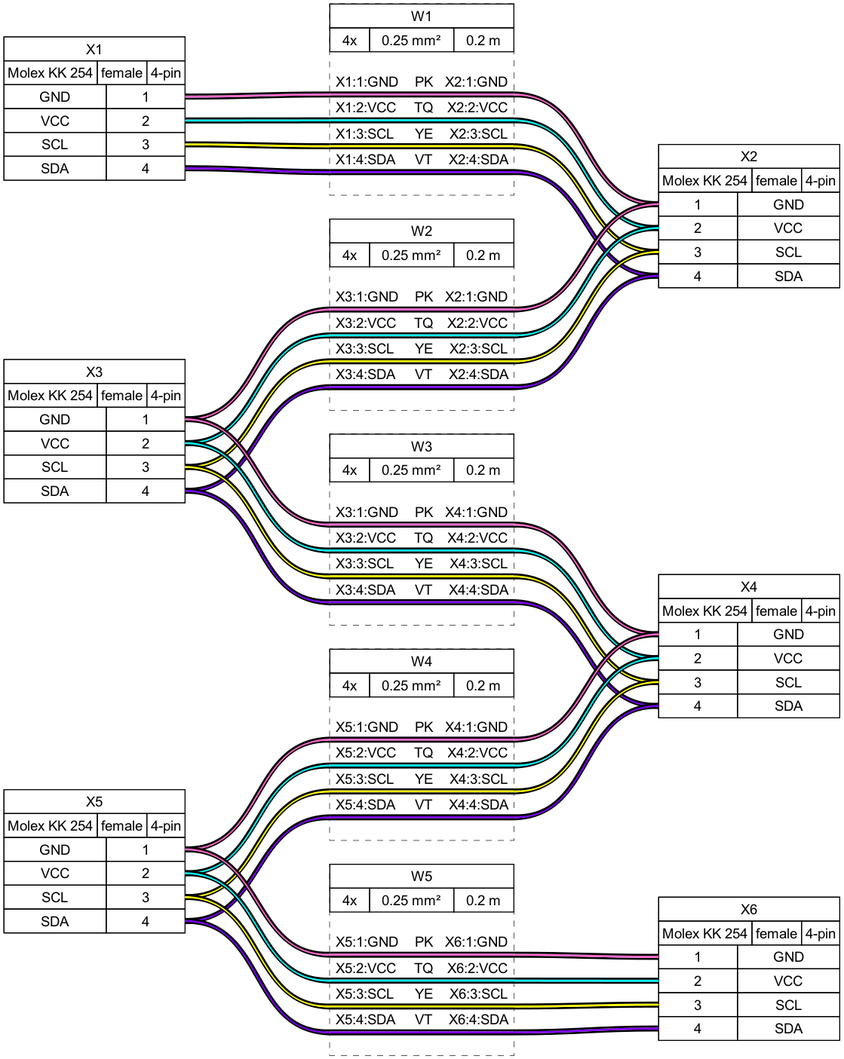
The Graphviz diagram examples/ex06.png in tobiasfalk/WireViz, before a commit. Its source is kept beside it as examples/ex06.gv.
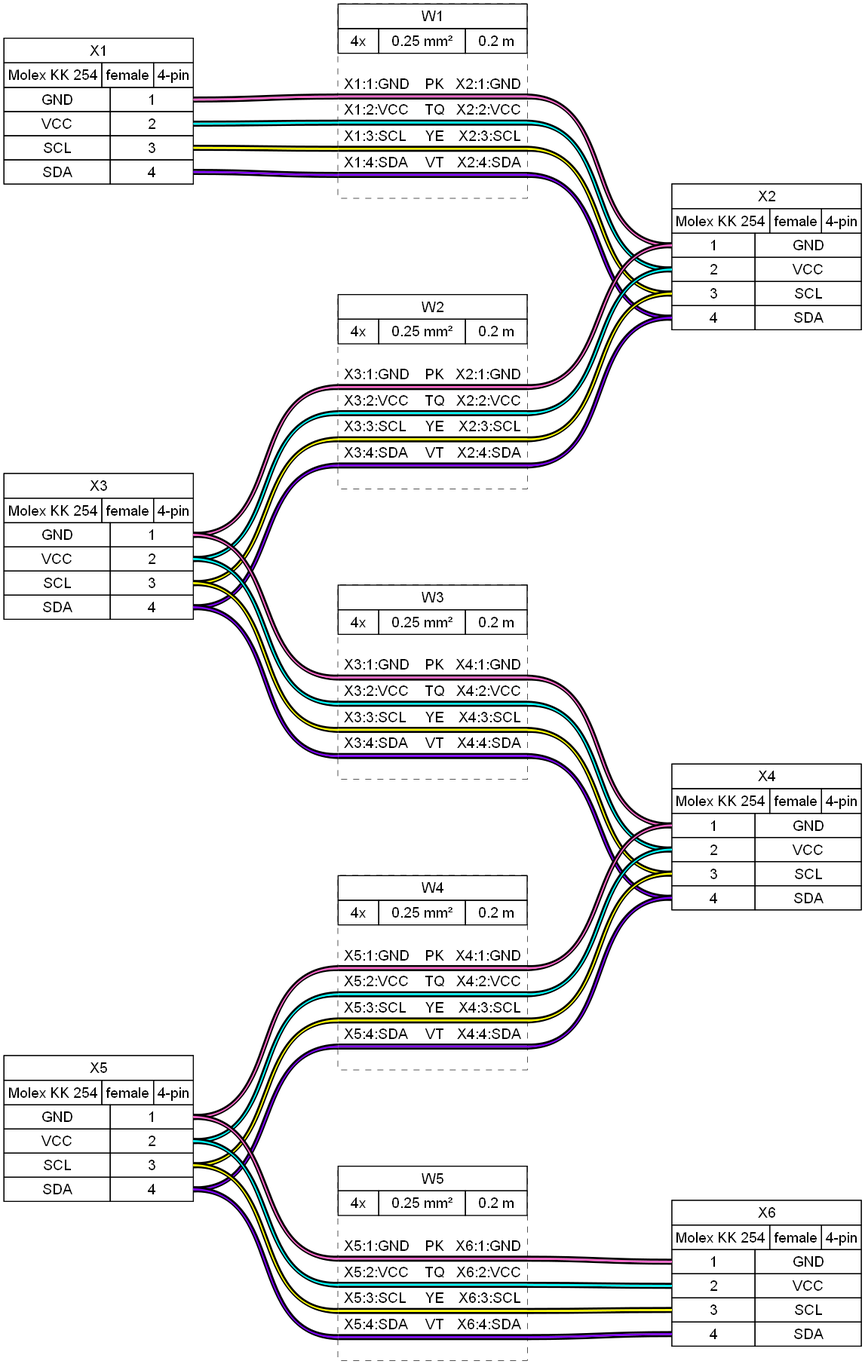
After the change.

Diff of the diagram source:
```diff
@@ -315,19 +315,7 @@
      <td align="right">X2:1:GND </td>
     </tr>
     <tr>
-     <td border="0" cellspacing="0" cellpadding="0" colspan="6" height="6" port="w1">
-      <table border="0" cellborder="0" cellspacing="0">
-       <tr>
-        <td bgcolor="#000000" border="0" cellpadding="0" colspan="6" height="2"></td>
-       </tr>
-       <tr>
-        <td bgcolor="#FF66CC" border="0" cellpadding="0" colspan="6" height="2"></td>
-       </tr>
-       <tr>
-        <td bgcolor="#000000" border="0" cellpadding="0" colspan="6" height="2"></td>
-       </tr>
-      </table>
-     </td>
+     <td border="0" cellspacing="0" cellpadding="0" colspan="6" height="6" port="w1"></td>
     </tr>
     <tr>
      <td align="left"> X1:2:VCC</td>
@@ -338,19 +326,7 @@
      <td align="right">X2:2:VCC </td>
     </tr>
     <tr>
-     <td border="0" cellspacing="0" cellpadding="0" colspan="6" height="6" port="w2">
-      <table border="0" cellborder="0" cellspacing="0">
-       <tr>
-        <td bgcolor="#000000" border="0" cellpadding="0" colspan="6" height="2"></td>
-       </tr>
-       <tr>
-        <td bgcolor="#00FFFF" border="0" cellpadding="0" colspan="6" height="2"></td>
-       </tr>
-       <tr>
-        <td bgcolor="#000000" border="0" cellpadding="0" colspan="6" height="2"></td>
-       </tr>
-      </table>
-     </td>
+     <td border="0" cellspacing="0" cellpadding="0" colspan="6" height="6" port="w2"></td>
     </tr>
     <tr>
      <td align="left"> X1:3:SCL</td>
@@ -361,19 +337,7 @@
      <td align="right">X2:3:SCL </td>
     </tr>
     <tr>
-     <td border="0" cellspacing="0" cellpadding="0" colspan="6" height="6" port="w3">
-      <table border="0" cellborder="0" cellspacing="0">
-       <tr>
-        <td bgcolor="#000000" border="0" cellpadding="0" colspan="6" height="2"></td>
-       </tr>
-       <tr>
-        <td bgcolor="#FFFF00" border="0" cellpadding="0" colspan="6" height="2"></td>
-       </tr>
-       <tr>
-        <td bgcolor="#000000" border="0" cellpadding="0" colspan="6" height="2"></td>
-       </tr>
-      </table>
-     </td>
+     <td border="0" cellspacing="0" cellpadding="0" colspan="6" height="6" port="w3"></td>
     </tr>
     <tr>
      <td align="left"> X1:4:SDA</td>
@@ -384,19 +348,7 @@
      <td align="right">X2:4:SDA </td>
     </tr>
     <tr>
-     <td border="0" cellspacing="0" cellpadding="0" colspan="6" height="6" port="w4">
-      <table border="0" cellborder="0" cellspacing="0">
-       <tr>
-        <td bgcolor="#000000" border="0" cellpadding="0" colspan="6" height="2"></td>
-       </tr>
-       <tr>
-        <td bgcolor="#8000FF" border="0" cellpadding="0" colspan="6" height="2"></td>
-       </tr>
-       <tr>
-        <td bgcolor="#000000" border="0" cellpadding="0" colspan="6" height="2"></td>
-       </tr>
-      </table>
-     </td>
+     <td border="0" cellspacing="0" cellpadding="0" colspan="6" height="6" port="w4"></td>
     </tr>
     <tr>
      <td>&nbsp;</td>
@@ -418,6 +370,10 @@
 	edge [color="#000000:#8000FF:#000000"]
 	X1:p4r:e -- W1:w4:w
 	W1:w4:e -- X2:p4l:w
+	W1:w1:e -- W1:w1:w [color="#000000:#FF66CC:#000000" straight=straight]
+	W1:w2:e -- W1:w2:w [color="#000000:#00FFFF:#000000" straight=straight]
+	W1:w3:e -- W1:w3:w [color="#000000:#FFFF00:#000000" straight=straight]
+	W1:w4:e -- W1:w4:w [color="#000000:#8000FF:#000000" straight=straight]
 	W2 [label=<
 <table border="0" cellspacing="0" cellpadding="0" bgcolor="#FFFFFF">
  <tr>
@@ -455,19 +411,7 @@
      <td align="right">X2:1:GND </td>
     </tr>
     <tr>
-     <td border="0" cellspacing="0" cellpadding="0" colspan="6" height="6" port="w1">
-      <table border="0" cellborder="0" cellspacing="0">
-       <tr>
-        <td bgcolor="#000000" border="0" cellpadding="0" colspan="6" height="2"></td>
-       </tr>
-       <tr>
-        <td bgcolor="#FF66CC" border="0" cellpadding="0" colspan="6" height="2"></td>
-       </tr>
-       <tr>
-        <td bgcolor="#000000" border="0" cellpadding="0" colspan="6" height="2"></td>
-       </tr>
-      </table>
-     </td>
+     <td border="0" cellspacing="0" cellpadding="0" colspan="6" height="6" port="w1"></td>
     </tr>
     <tr>
      <td align="left"> X3:2:VCC</td>
@@ -478,19 +422,7 @@
      <td align="right">X2:2:VCC </td>
     </tr>
     <tr>
-     <td border="0" cellspacing="0" cellpadding="0" colspan="6" height="6" port="w2">
-      <table border="0" cellborder="0" cellspacing="0">
-       <tr>
-        <td bgcolor="#000000" border="0" cellpadding="0" colspan="6" height="2"></td>
-       </tr>
-       <tr>
-        <td bgcolor="#00FFFF" border="0" cellpadding="0" colspan="6" height="2"></td>
-       </tr>
-       <tr>
-        <td bgcolor="#000000" border="0" cellpadding="0" colspan="6" height="2"></td>
-       </tr>
-      </table>
-     </td>
+     <td border="0" cellspacing="0" cellpadding="0" colspan="6" height="6" port="w2"></td>
     </tr>
     <tr>
      <td align="left"> X3:3:SCL</td>
@@ -501,19 +433,7 @@
      <td align="right">X2:3:SCL </td>
     </tr>
     <tr>
-     <td border="0" cellspacing="0" cellpadding="0" colspan="6" height="6" port="w3">
-      <table border="0" cellborder="0" cellspacing="0">
-       <tr>
-        <td bgcolor="#000000" border="0" cellpadding="0" colspan="6" height="2"></td>
-       </tr>
-       <tr>
-        <td bgcolor="#FFFF00" border="0" cellpadding="0" colspan="6" height="2"></td>
-       </tr>
-       <tr>
-        <td bgcolor="#000000" border="0" cellpadding="0" colspan="6" height="2"></td>
-       </tr>
-      </table>
-     </td>
+     <td border="0" cellspacing="0" cellpadding="0" colspan="6" height="6" port="w3"></td>
     </tr>
     <tr>
      <td align="left"> X3:4:SDA</td>
@@ -524,19 +444,7 @@
      <td align="right">X2:4:SDA </td>
     </tr>
     <tr>
-     <td border="0" cellspacing="0" cellpadding="0" colspan="6" height="6" port="w4">
-      <table border="0" cellborder="0" cellspacing="0">
-       <tr>
-        <td bgcolor="#000000" border="0" cellpadding="0" colspan="6" height="2"></td>
-       </tr>
-       <tr>
-        <td bgcolor="#8000FF" border="0" cellpadding="0" colspan="6" height="2"></td>
-       </tr>
-       <tr>
-        <td bgcolor="#000000" border="0" cellpadding="0" colspan="6" height="2"></td>
-       </tr>
-      </table>
-     </td>
+     <td border="0" cellspacing="0" cellpadding="0" colspan="6" height="6" port="w4"></td>
     </tr>
     <tr>
      <td>&nbsp;</td>
@@ -558,6 +466,10 @@
 	edge [color="#000000:#8000FF:#000000"]
 	X3:p4r:e -- W2:w4:w
 	W2:w4:e -- X2:p4l:w
+	W2:w1:e -- W2:w1:w [color="#000000:#FF66CC:#000000" straight=straight]
+	W2:w2:e -- W2:w2:w [color="#000000:#00FFFF:#000000" straight=straight]
+	W2:w3:e -- W2:w3:w [color="#000000:#FFFF00:#000000" straight=straight]
+	W2:w4:e -- W2:w4:w [color="#000000:#8000FF:#000000" straight=straight]
 	W3 [label=<
 <table border="0" cellspacing="0" cellpadding="0" bgcolor="#FFFFFF">
  <tr>
@@ -595,19 +507,7 @@
      <td align="right">X4:1:GND </td>
     </tr>
     <tr>
-     <td border="0" cellspacing="0" cellpadding="0" colspan="6" height="6" port="w1">
-      <table border="0" cellborder="0" cellspacing="0">
-       <tr>
-        <td bgcolor="#000000" border="0" cellpadding="0" colspan="6" height="2"></td>
-       </tr>
-       <tr>
-        <td bgcolor="#FF66CC" border="0" cellpadding="0" colspan="6" height="2"></td>
-       </tr>
-       <tr>
-        <td bgcolor="#000000" border="0" cellpadding="0" colspan="6" height="2"></td>
-       </tr>
-      </table>
-     </td>
+     <td border="0" cellspacing="0" cellpadding="0" colspan="6" height="6" port="w1"></td>
     </tr>
     <tr>
      <td align="left"> X3:2:VCC</td>
@@ -618,19 +518,7 @@
      <td align="right">X4:2:VCC </td>
     </tr>
     <tr>
-     <td border="0" cellspacing="0" cellpadding="0" colspan="6" height="6" port="w2">
-      <table border="0" cellborder="0" cellspacing="0">
-       <tr>
-        <td bgcolor="#000000" border="0" cellpadding="0" colspan="6" height="2"></td>
-       </tr>
-       <tr>
-        <td bgcolor="#00FFFF" border="0" cellpadding="0" colspan="6" height="2"></td>
-       </tr>
-       <tr>
-        <td bgcolor="#000000" border="0" cellpadding="0" colspan="6" height="2"></td>
-       </tr>
-      </table>
-     </td>
+     <td border="0" cellspacing="0" cellpadding="0" colspan="6" height="6" port="w2"></td>
     </tr>
     <tr>
      <td align="left"> X3:3:SCL</td>
@@ -641,19 +529,7 @@
      <td align="right">X4:3:SCL </td>
     </tr>
     <tr>
-     <td border="0" cellspacing="0" cellpadding="0" colspan="6" height="6" port="w3">
-      <table border="0" cellborder="0" cellspacing="0">
-       <tr>
-        <td bgcolor="#000000" border="0" cellpadding="0" colspan="6" height="2"></td>
-       </tr>
-       <tr>
-        <td bgcolor="#FFFF00" border="0" cellpadding="0" colspan="6" height="2"></td>
-       </tr>
-       <tr>
-        <td bgcolor="#000000" border="0" cellpadding="0" colspan="6" height="2"></td>
-       </tr>
-      </table>
-     </td>
+     <td border="0" cellspacing="0" cellpadding="0" colspan="6" height="6" port="w3"></td>
     </tr>
     <tr>
      <td align="left"> X3:4:SDA</td>
@@ -664,19 +540,7 @@
      <td align="right">X4:4:SDA </td>
     </tr>
     <tr>
-     <td border="0" cellspacing="0" cellpadding="0" colspan="6" height="6" port="w4">
-      <table border="0" cellborder="0" cellspacing="0">
-       <tr>
-        <td bgcolor="#000000" border="0" cellpadding="0" colspan="6" height="2"></td>
-       </tr>
-       <tr>
-        <td bgcolor="#8000FF" border="0" cellpadding="0" colspan="6" height="2"></td>
-       </tr>
-       <tr>
-        <td bgcolor="#000000" border="0" cellpadding="0" colspan="6" height="2"></td>
-       </tr>
-      </table>
-     </td>
+     <td border="0" cellspacing="0" cellpadding="0" colspan="6" height="6" port="w4"></td>
     </tr>
     <tr>
      <td>&nbsp;</td>
@@ -698,6 +562,10 @@
 	edge [color="#000000:#8000FF:#000000"]
 	X3:p4r:e -- W3:w4:w
 	W3:w4:e -- X4:p4l:w
+	W3:w1:e -- W3:w1:w [color="#000000:#FF66CC:#000000" straight=straight]
+	W3:w2:e -- W3:w2:w [color="#000000:#00FFFF:#000000" straight=straight]
+	W3:w3:e -- W3:w3:w [color="#000000:#FFFF00:#000000" straight=straight]
+	W3:w4:e -- W3:w4:w [color="#000000:#8000FF:#000000" straight=straight]
 	W4 [label=<
 <table border="0" cellspacing="0" cellpadding="0" bgcolor="#FFFFFF">
  <tr>
@@ -735,19 +603,7 @@
      <td align="right">X4:1:GND </td>
     </tr>
     <tr>
-     <td border="0" cellspacing="0" cellpadding="0" colspan="6" height="6" port="w1">
-      <table border="0" cellborder="0" cellspacing="0">
-       <tr>
-        <td bgcolor="#000000" border="0" cellpadding="0" colspan="6" height="2"></td>
-       </tr>
-       <tr>
-        <td bgcolor="#FF66CC" border="0" cellpadding="0" colspan="6" height="2"></td>
-       </tr>
-       <tr>
-        <td bgcolor="#000000" border="0" cellpadding="0" colspan="6" height="2"></td>
-       </tr>
-      </table>
-     </td>
+     <td border="0" cellspacing="0" cellpadding="0" colspan="6" height="6" port="w1"></td>
     </tr>
     <tr>
      <td align="left"> X5:2:VCC</td>
@@ -758,19 +614,7 @@
      <td align="right">X4:2:VCC </td>
     </tr>
     <tr>
-     <td border="0" cellspacing="0" cellpadding="0" colspan="6" height="6" port="w2">
-      <table border="0" cellborder="0" cellspacing="0">
-       <tr>
-        <td bgcolor="#000000" border="0" cellpadding="0" colspan="6" height="2"></td>
-       </tr>
-       <tr>
-        <td bgcolor="#00FFFF" border="0" cellpadding="0" colspan="6" height="2"></td>
-       </tr>
-       <tr>
-        <td bgcolor="#000000" border="0" cellpadding="0" colspan="6" height="2"></td>
-       </tr>
-      </table>
-     </td>
+     <td border="0" cellspacing="0" cellpadding="0" colspan="6" height="6" port="w2"></td>
     </tr>
     <tr>
      <td align="left"> X5:3:SCL</td>
@@ -781,19 +625,7 @@
      <td align="right">X4:3:SCL </td>
     </tr>
     <tr>
-     <td border="0" cellspacing="0" cellpadding="0" colspan="6" height="6" port="w3">
-      <table border="0" cellborder="0" cellspacing="0">
-       <tr>
-        <td bgcolor="#000000" border="0" cellpadding="0" colspan="6" height="2"></td>
-       </tr>
-       <tr>
-        <td bgcolor="#FFFF00" border="0" cellpadding="0" colspan="6" height="2"></td>
-       </tr>
-       <tr>
-        <td bgcolor="#000000" border="0" cellpadding="0" colspan="6" height="2"></td>
-       </tr>
-      </table>
-     </td>
+     <td border="0" cellspacing="0" cellpadding="0" colspan="6" height="6" port="w3"></td>
     </tr>
     <tr>
      <td align="left"> X5:4:SDA</td>
@@ -804,19 +636,7 @@
      <td align="right">X4:4:SDA </td>
     </tr>
     <tr>
-     <td border="0" cellspacing="0" cellpadding="0" colspan="6" height="6" port="w4">
-      <table border="0" cellborder="0" cellspacing="0">
-       <tr>
-        <td bgcolor="#000000" border="0" cellpadding="0" colspan="6" height="2"></td>
-       </tr>
-       <tr>
-        <td bgcolor="#8000FF" border="0" cellpadding="0" colspan="6" height="2"></td>
-       </tr>
-       <tr>
-        <td bgcolor="#000000" border="0" cellpadding="0" colspan="6" height="2"></td>
-       </tr>
-      </table>
-     </td>
+     <td border="0" cellspacing="0" cellpadding="0" colspan="6" height="6" port="w4"></td>
     </tr>
     <tr>
      <td>&nbsp;</td>
@@ -838,6 +658,10 @@
 	edge [color="#000000:#8000FF:#000000"]
 	X5:p4r:e -- W4:w4:w
 	W4:w4:e -- X4:p4l:w
+	W4:w1:e -- W4:w1:w [color="#000000:#FF66CC:#000000" straight=straight]
+	W4:w2:e -- W4:w2:w [color="#000000:#00FFFF:#000000" straight=straight]
+	W4:w3:e -- W4:w3:w [color="#000000:#FFFF00:#000000" straight=straight]
+	W4:w4:e -- W4:w4:w [color="#000000:#8000FF:#000000" straight=straight]
 	W5 [label=<
 <table border="0" cellspacing="0" cellpadding="0" bgcolor="#FFFFFF">
  <tr>
@@ -875,19 +699,7 @@
      <td align="right">X6:1:GND </td>
     </tr>
     <tr>
-     <td border="0" cellspacing="0" cellpadding="0" colspan="6" height="6" port="w1">
-      <table border="0" cellborder="0" cellspacing="0">
-       <tr>
-        <td bgcolor="#000000" border="0" cellpadding="0" colspan="6" height="2"></td>
-       </tr>
-       <tr>
-        <td bgcolor="#FF66CC" border="0" cellpadding="0" colspan="6" height="2"></td>
-       </tr>
-       <tr>
-        <td bgcolor="#000000" border="0" cellpadding="0" colspan="6" height="2"></td>
-       </tr>
-      </table>
-     </td>
+     <td border="0" cellspacing="0" cellpadding="0" colspan="6" height="6" port="w1"></td>
     </tr>
     <tr>
      <td align="left"> X5:2:VCC</td>
@@ -898,19 +710,7 @@
      <td align="right">X6:2:VCC </td>
     </tr>
     <tr>
-     <td border="0" cellspacing="0" cellpadding="0" colspan="6" height="6" port="w2">
-      <table border="0" cellborder="0" cellspacing="0">
-       <tr>
-        <td bgcolor="#000000" border="0" cellpadding="0" colspan="6" height="2"></td>
-       </tr>
-       <tr>
-        <td bgcolor="#00FFFF" border="0" cellpadding="0" colspan="6" height="2"></td>
-       </tr>
-       <tr>
-        <td bgcolor="#000000" border="0" cellpadding="0" colspan="6" height="2"></td>
-       </tr>
-      </table>
-     </td>
+     <td border="0" cellspacing="0" cellpadding="0" colspan="6" height="6" port="w2"></td>
     </tr>
     <tr>
      <td align="left"> X5:3:SCL</td>
@@ -921,19 +721,7 @@
      <td align="right">X6:3:SCL </td>
     </tr>
     <tr>
-     <td border="0" cellspacing="0" cellpadding="0" colspan="6" height="6" port="w3">
-      <table border="0" cellborder="0" cellspacing="0">
-       <tr>
-        <td bgcolor="#000000" border="0" cellpadding="0" colspan="6" height="2"></td>
-       </tr>
-       <tr>
-        <td bgcolor="#FFFF00" border="0" cellpadding="0" colspan="6" height="2"></td>
-       </tr>
-       <tr>
-        <td bgcolor="#000000" border="0" cellpadding="0" colspan="6" height="2"></td>
-       </tr>
-      </table>
-     </td>
+     <td border="0" cellspacing="0" cellpadding="0" colspan="6" height="6" port="w3"></td>
     </tr>
     <tr>
      <td align="left"> X5:4:SDA</td>
@@ -944,19 +732,7 @@
      <td align="right">X6:4:SDA </td>
     </tr>
     <tr>
-     <td border="0" cellspacing="0" cellpadding="0" colspan="6" height="6" port="w4">
-      <table border="0" cellborder="0" cellspacing="0">
-       <tr>
-        <td bgcolor="#000000" border="0" cellpadding="0" colspan="6" height="2"></td>
-       </tr>
-       <tr>
-        <td bgcolor="#8000FF" border="0" cellpadding="0" colspan="6" height="2"></td>
-       </tr>
-       <tr>
-        <td bgcolor="#000000" border="0" cellpadding="0" colspan="6" height="2"></td>
-       </tr>
-      </table>
-     </td>
+     <td border="0" cellspacing="0" cellpadding="0" colspan="6" height="6" port="w4"></td>
     </tr>
     <tr>
      <td>&nbsp;</td>
@@ -978,4 +754,8 @@
 	edge [color="#000000:#8000FF:#000000"]
 	X5:p4r:e -- W5:w4:w
 	W5:w4:e -- X6:p4l:w
+	W5:w1:e -- W5:w1:w [color="#000000:#FF66CC:#000000" straight=straight]
+	W5:w2:e -- W5:w2:w [color="#000000:#00FFFF:#000000" straight=straight]
+	W5:w3:e -- W5:w3:w [color="#000000:#FFFF00:#000000" straight=straight]
+	W5:w4:e -- W5:w4:w [color="#000000:#8000FF:#000000" straight=straight]
 }
```
